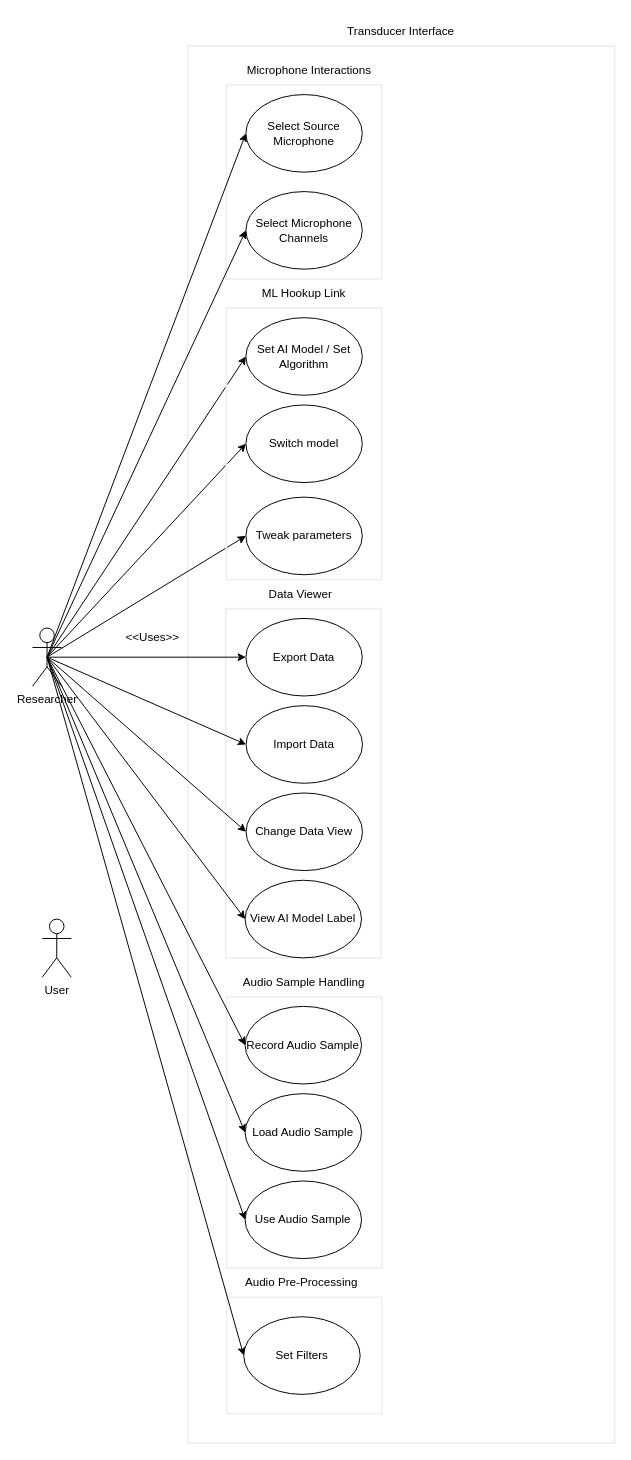
Earlier version of the draw.io diagram documents/dsp usecase00.drawio (Auzlex/uwe-dsp). Source tidied: cells renumbered, new cells numbered last; positions are measured from the earlier drawing's top-left corner, leaving out a move shared by most shapes. Both pictures are drawn from the tidied source at 97%, with x=0, y=0 at pixel (32, 16).
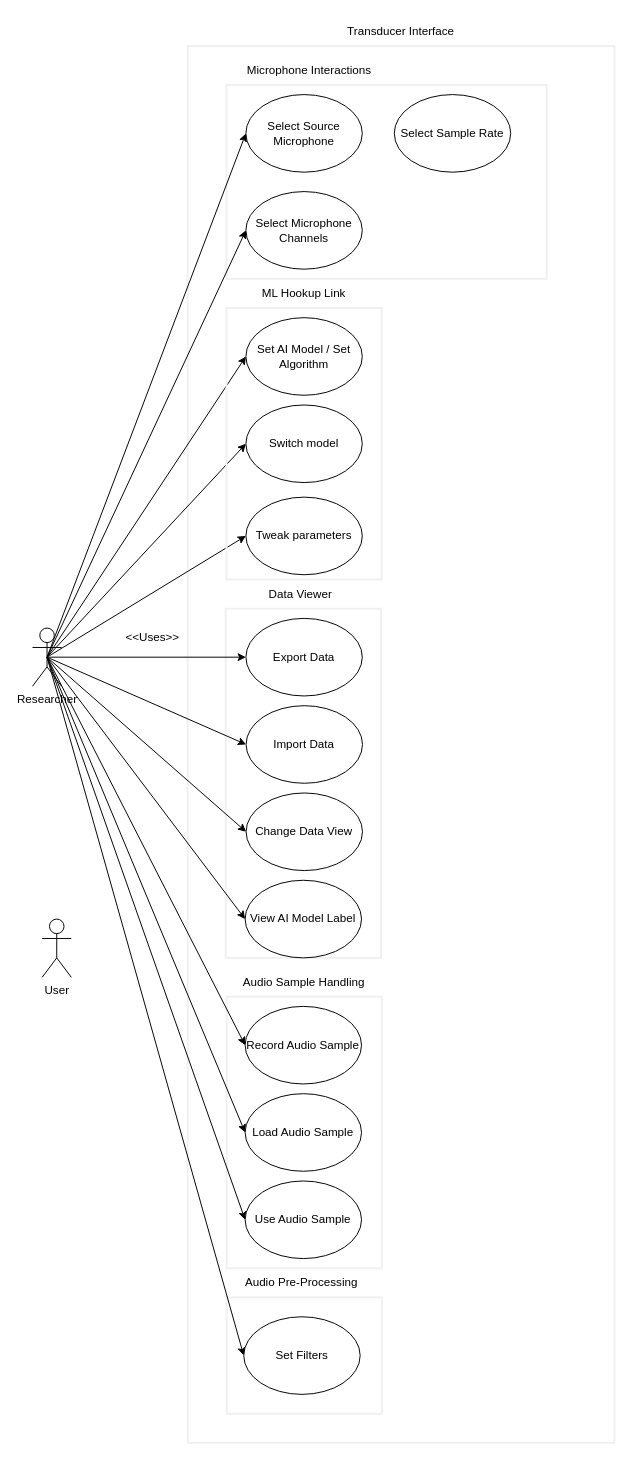
The same diagram, later.

The edit, as a diff of the source:
```diff
@@
     <mxCell id="6" style="rounded=0;whiteSpace=wrap;html=1;fillColor=none;strokeWidth=2;strokeColor=#F0F0F0;" parent="1" vertex="1">
-      <mxGeometry x="200" y="70" width="160" height="200" as="geometry" />
+      <mxGeometry x="200" y="70" width="330" height="200" as="geometry" />
     </mxCell>
@@
+    <mxCell id="43" value="Select Sample Rate" style="ellipse;whiteSpace=wrap;html=1;" parent="1" vertex="1">
+      <mxGeometry x="373" y="80" width="120" height="80" as="geometry" />
+    </mxCell>
```
